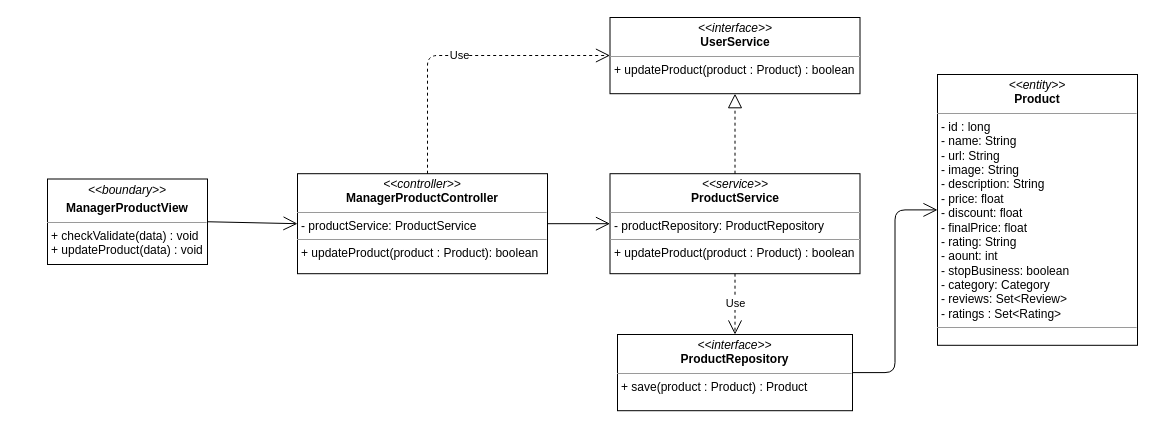
The draw.io diagram class diagram/manager-update-product-class-diagram.drawio in nguyenphamvan/datn_20202, before the edit. Source tidied: cells renumbered, new cells numbered last; positions are measured from the earlier drawing's top-left corner, leaving out a move shared by most shapes. Both pictures are drawn from the tidied source at 100%, with x=0, y=0 at pixel (47, 17).
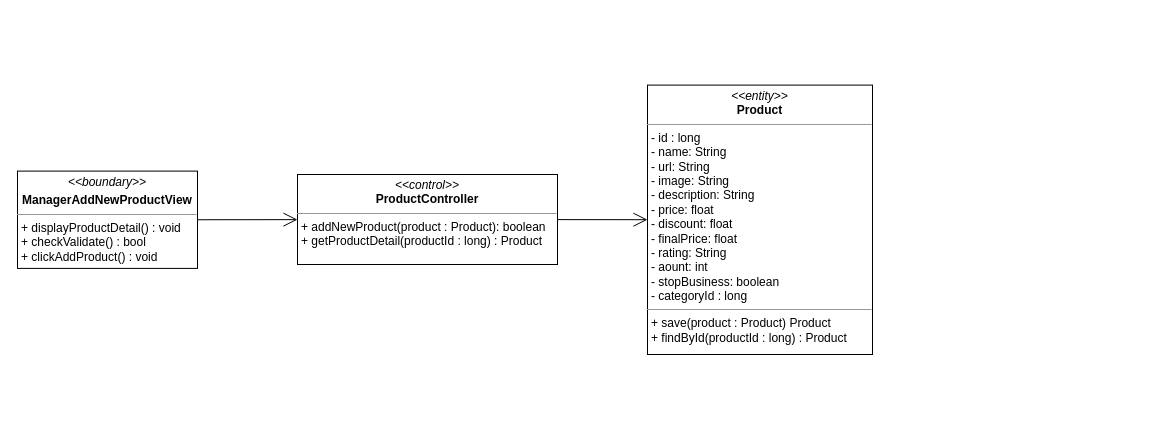
The same page after the edit.

What changed in the source:
```diff
@@
 <mxGraphModel>
   <root>
     <mxCell id="0" />
     <mxCell id="1" parent="0" />
-    <mxCell id="2" value="&lt;p style=&quot;margin: 0px ; margin-top: 4px ; text-align: center&quot;&gt;&lt;i&gt;&amp;lt;&amp;lt;boundary&amp;gt;&amp;gt;&lt;/i&gt;&lt;/p&gt;&lt;p style=&quot;margin: 0px ; margin-top: 4px ; text-align: center&quot;&gt;&lt;b&gt;ManagerProductView&lt;/b&gt;&lt;/p&gt;&lt;hr size=&quot;1&quot;&gt;&lt;p style=&quot;margin: 0px ; margin-left: 4px&quot;&gt;&lt;span&gt;+ checkValidate(data) : void&lt;/span&gt;&lt;/p&gt;&lt;p style=&quot;margin: 0px ; margin-left: 4px&quot;&gt;&lt;span&gt;+ updateProduct(data) : void&lt;/span&gt;&lt;/p&gt;" style="verticalAlign=top;align=left;overflow=fill;fontSize=12;fontFamily=Helvetica;html=1;" parent="1" vertex="1">
-      <mxGeometry y="161.5" width="160" height="85.5" as="geometry" />
-    </mxCell>
-    <mxCell id="3" style="endArrow=open;endFill=1;endSize=12;html=1;entryX=0;entryY=0.5;entryDx=0;entryDy=0;exitX=1;exitY=0.5;exitDx=0;exitDy=0;" parent="1" edge="1" source="2" target="7">
-      <mxGeometry relative="1" as="geometry" />
-    </mxCell>
-    <mxCell id="4" style="endArrow=open;endFill=1;endSize=12;html=1;exitX=1;exitY=0.5;exitDx=0;exitDy=0;edgeStyle=orthogonalEdgeStyle;" parent="1" edge="1" source="5" target="13">
-      <mxGeometry relative="1" as="geometry" />
-    </mxCell>
-    <mxCell id="5" value="&lt;p style=&quot;margin: 0px ; margin-top: 4px ; text-align: center&quot;&gt;&lt;i&gt;&amp;lt;&amp;lt;interface&amp;gt;&amp;gt;&lt;/i&gt;&lt;br&gt;&lt;b&gt;ProductRepository&lt;/b&gt;&lt;/p&gt;&lt;hr size=&quot;1&quot;&gt;&lt;p style=&quot;margin: 0px ; margin-left: 4px&quot;&gt;+ save(product : Product) : Product&lt;/p&gt;" style="verticalAlign=top;align=left;overflow=fill;fontSize=12;fontFamily=Helvetica;html=1;" parent="1" vertex="1">
-      <mxGeometry x="570" y="317" width="235" height="76.2" as="geometry" />
-    </mxCell>
-    <mxCell id="6" value="&lt;p style=&quot;margin: 0px ; margin-top: 4px ; text-align: center&quot;&gt;&lt;i&gt;&amp;lt;&amp;lt;interface&amp;gt;&amp;gt;&lt;/i&gt;&lt;br&gt;&lt;b&gt;UserService&lt;/b&gt;&lt;/p&gt;&lt;hr size=&quot;1&quot;&gt;&lt;p style=&quot;margin: 0px ; margin-left: 4px&quot;&gt;+ updateProduct(product : Product) : boolean&lt;/p&gt;" style="verticalAlign=top;align=left;overflow=fill;fontSize=12;fontFamily=Helvetica;html=1;" parent="1" vertex="1">
-      <mxGeometry x="562.5" width="250" height="76.2" as="geometry" />
-    </mxCell>
-    <mxCell id="7" value="&lt;p style=&quot;margin: 0px ; margin-top: 4px ; text-align: center&quot;&gt;&lt;i&gt;&amp;lt;&amp;lt;controller&amp;gt;&amp;gt;&lt;/i&gt;&lt;br&gt;&lt;b&gt;ManagerProductController&lt;/b&gt;&lt;br&gt;&lt;/p&gt;&lt;hr size=&quot;1&quot;&gt;&lt;p style=&quot;margin: 0px ; margin-left: 4px&quot;&gt;- productService: ProductService&lt;br&gt;&lt;/p&gt;&lt;hr size=&quot;1&quot;&gt;&lt;p style=&quot;margin: 0px ; margin-left: 4px&quot;&gt;+ updateProduct(product : Product): boolean&lt;br&gt;&lt;/p&gt;" style="verticalAlign=top;align=left;overflow=fill;fontSize=12;fontFamily=Helvetica;html=1;" parent="1" vertex="1">
-      <mxGeometry x="250" y="156.2" width="250" height="100" as="geometry" />
-    </mxCell>
-    <mxCell id="8" value="&lt;p style=&quot;margin: 0px ; margin-top: 4px ; text-align: center&quot;&gt;&lt;i&gt;&amp;lt;&amp;lt;service&amp;gt;&amp;gt;&lt;/i&gt;&lt;br&gt;&lt;b&gt;ProductService&lt;/b&gt;&lt;/p&gt;&lt;hr size=&quot;1&quot;&gt;&lt;p style=&quot;margin: 0px ; margin-left: 4px&quot;&gt;- productRepository: ProductRepository&lt;br&gt;&lt;/p&gt;&lt;hr size=&quot;1&quot;&gt;&lt;p style=&quot;margin: 0px ; margin-left: 4px&quot;&gt;+ updateProduct(product : Product) : boolean&lt;br&gt;&lt;/p&gt;" style="verticalAlign=top;align=left;overflow=fill;fontSize=12;fontFamily=Helvetica;html=1;" parent="1" vertex="1">
-      <mxGeometry x="562.5" y="156.2" width="250" height="100" as="geometry" />
-    </mxCell>
-    <mxCell id="9" value="Use" style="endArrow=open;endSize=12;dashed=1;html=1;edgeStyle=orthogonalEdgeStyle;" parent="1" edge="1" source="7" target="6">
-      <mxGeometry relative="1" as="geometry">
-        <Array as="points">
-          <mxPoint x="380" y="38" />
-        </Array>
-      </mxGeometry>
-    </mxCell>
-    <mxCell id="10" style="endArrow=block;dashed=1;endFill=0;endSize=12;html=1;" parent="1" edge="1" source="8" target="6">
-      <mxGeometry relative="1" as="geometry" />
-    </mxCell>
-    <mxCell id="11" value="Use" style="endArrow=open;endSize=12;dashed=1;html=1;" parent="1" edge="1" source="8" target="5">
-      <mxGeometry relative="1" as="geometry" />
-    </mxCell>
-    <mxCell id="12" style="endArrow=open;endFill=1;endSize=12;html=1;" parent="1" edge="1" source="7" target="8">
-      <mxGeometry relative="1" as="geometry" />
-    </mxCell>
-    <mxCell id="13" value="&lt;p style=&quot;margin: 0px ; margin-top: 4px ; text-align: center&quot;&gt;&lt;i&gt;&amp;lt;&amp;lt;entity&amp;gt;&amp;gt;&lt;/i&gt;&lt;br&gt;&lt;b&gt;Product&lt;/b&gt;&lt;/p&gt;&lt;hr size=&quot;1&quot;&gt;&lt;p style=&quot;margin: 0px ; margin-left: 4px&quot;&gt;- id : long&lt;/p&gt;&lt;p style=&quot;margin: 0px ; margin-left: 4px&quot;&gt;- name: String&lt;br&gt;- url: String&lt;/p&gt;&lt;p style=&quot;margin: 0px ; margin-left: 4px&quot;&gt;- image: String&lt;/p&gt;&lt;p style=&quot;margin: 0px ; margin-left: 4px&quot;&gt;- description: String&lt;/p&gt;&lt;p style=&quot;margin: 0px ; margin-left: 4px&quot;&gt;- price: float&lt;/p&gt;&lt;p style=&quot;margin: 0px ; margin-left: 4px&quot;&gt;- discount: float&lt;/p&gt;&lt;p style=&quot;margin: 0px ; margin-left: 4px&quot;&gt;- finalPrice: float&lt;/p&gt;&lt;p style=&quot;margin: 0px ; margin-left: 4px&quot;&gt;- rating: String&lt;/p&gt;&lt;p style=&quot;margin: 0px ; margin-left: 4px&quot;&gt;- aount: int&lt;/p&gt;&lt;p style=&quot;margin: 0px ; margin-left: 4px&quot;&gt;- stopBusiness: boolean&lt;/p&gt;&lt;p style=&quot;margin: 0px ; margin-left: 4px&quot;&gt;- category: Category&lt;/p&gt;&lt;p style=&quot;margin: 0px ; margin-left: 4px&quot;&gt;- reviews: Set&amp;lt;Review&amp;gt;&lt;/p&gt;&lt;p style=&quot;margin: 0px ; margin-left: 4px&quot;&gt;- ratings : Set&amp;lt;Rating&amp;gt;&lt;/p&gt;&lt;hr size=&quot;1&quot;&gt;&lt;p style=&quot;margin: 0px ; margin-left: 4px&quot;&gt;&lt;br&gt;&lt;/p&gt;" style="verticalAlign=top;align=left;overflow=fill;fontSize=12;fontFamily=Helvetica;html=1;" parent="1" vertex="1">
-      <mxGeometry x="890" y="57" width="200" height="270.8" as="geometry" />
-    </mxCell>
+    <mxCell id="14" value="&lt;p style=&quot;margin: 0px ; margin-top: 4px ; text-align: center&quot;&gt;&lt;i&gt;&amp;lt;&amp;lt;boundary&amp;gt;&amp;gt;&lt;/i&gt;&lt;/p&gt;&lt;p style=&quot;margin: 0px ; margin-top: 4px ; text-align: center&quot;&gt;&lt;b&gt;ManagerAddNewProductView&lt;/b&gt;&lt;/p&gt;&lt;hr size=&quot;1&quot;&gt;&lt;p style=&quot;margin: 0px ; margin-left: 4px&quot;&gt;&lt;span&gt;+ displayProductDetail() : void&lt;/span&gt;&lt;/p&gt;&lt;p style=&quot;margin: 0px ; margin-left: 4px&quot;&gt;&lt;span&gt;+ checkValidate() : bool&lt;/span&gt;&lt;/p&gt;&lt;p style=&quot;margin: 0px ; margin-left: 4px&quot;&gt;&lt;span&gt;+ clickAddProduct() : void&lt;/span&gt;&lt;/p&gt;" style="verticalAlign=top;align=left;overflow=fill;fontSize=12;fontFamily=Helvetica;html=1;" parent="1" vertex="1">
+      <mxGeometry x="-30" y="153.6" width="180" height="97.3" as="geometry" />
+    </mxCell>
+    <mxCell id="15" style="endArrow=open;endFill=1;endSize=12;html=1;exitX=1;exitY=0.5;exitDx=0;exitDy=0;" parent="1" edge="1" source="14" target="16">
+      <mxGeometry relative="1" as="geometry" />
+    </mxCell>
+    <mxCell id="16" value="&lt;p style=&quot;margin: 0px ; margin-top: 4px ; text-align: center&quot;&gt;&lt;i&gt;&amp;lt;&amp;lt;control&amp;gt;&amp;gt;&lt;/i&gt;&lt;br&gt;&lt;b&gt;ProductController&lt;/b&gt;&lt;/p&gt;&lt;hr size=&quot;1&quot;&gt;&lt;p style=&quot;margin: 0px ; margin-left: 4px&quot;&gt;+ addNewProduct(product : Product): boolean&lt;br&gt;&lt;/p&gt;&lt;p style=&quot;margin: 0px ; margin-left: 4px&quot;&gt;+ getProductDetail(productId : long) : Product&lt;/p&gt;" style="verticalAlign=top;align=left;overflow=fill;fontSize=12;fontFamily=Helvetica;html=1;" parent="1" vertex="1">
+      <mxGeometry x="250" y="157" width="260" height="90" as="geometry" />
+    </mxCell>
+    <mxCell id="17" value="&lt;p style=&quot;margin: 0px ; margin-top: 4px ; text-align: center&quot;&gt;&lt;i&gt;&amp;lt;&amp;lt;entity&amp;gt;&amp;gt;&lt;/i&gt;&lt;br&gt;&lt;b&gt;Product&lt;/b&gt;&lt;/p&gt;&lt;hr size=&quot;1&quot;&gt;&lt;p style=&quot;margin: 0px ; margin-left: 4px&quot;&gt;- id : long&lt;/p&gt;&lt;p style=&quot;margin: 0px ; margin-left: 4px&quot;&gt;- name: String&lt;br&gt;- url: String&lt;/p&gt;&lt;p style=&quot;margin: 0px ; margin-left: 4px&quot;&gt;- image: String&lt;/p&gt;&lt;p style=&quot;margin: 0px ; margin-left: 4px&quot;&gt;- description: String&lt;/p&gt;&lt;p style=&quot;margin: 0px ; margin-left: 4px&quot;&gt;- price: float&lt;/p&gt;&lt;p style=&quot;margin: 0px ; margin-left: 4px&quot;&gt;- discount: float&lt;/p&gt;&lt;p style=&quot;margin: 0px ; margin-left: 4px&quot;&gt;- finalPrice: float&lt;/p&gt;&lt;p style=&quot;margin: 0px ; margin-left: 4px&quot;&gt;- rating: String&lt;/p&gt;&lt;p style=&quot;margin: 0px ; margin-left: 4px&quot;&gt;- aount: int&lt;/p&gt;&lt;p style=&quot;margin: 0px ; margin-left: 4px&quot;&gt;- stopBusiness: boolean&lt;/p&gt;&lt;p style=&quot;margin: 0px ; margin-left: 4px&quot;&gt;- categoryId : long&lt;/p&gt;&lt;hr size=&quot;1&quot;&gt;&lt;p style=&quot;margin: 0px ; margin-left: 4px&quot;&gt;+ save(product : Product) Product&lt;/p&gt;&lt;p style=&quot;margin: 0px ; margin-left: 4px&quot;&gt;+ findById(productId : long) : Product&lt;/p&gt;" style="verticalAlign=top;align=left;overflow=fill;fontSize=12;fontFamily=Helvetica;html=1;" parent="1" vertex="1">
+      <mxGeometry x="600" y="67.6" width="225" height="269.4" as="geometry" />
+    </mxCell>
+    <mxCell id="18" style="endArrow=open;endFill=1;endSize=12;html=1;" parent="1" edge="1" source="16" target="17">
+      <mxGeometry relative="1" as="geometry" />
+    </mxCell>
   </root>
 </mxGraphModel>
```
